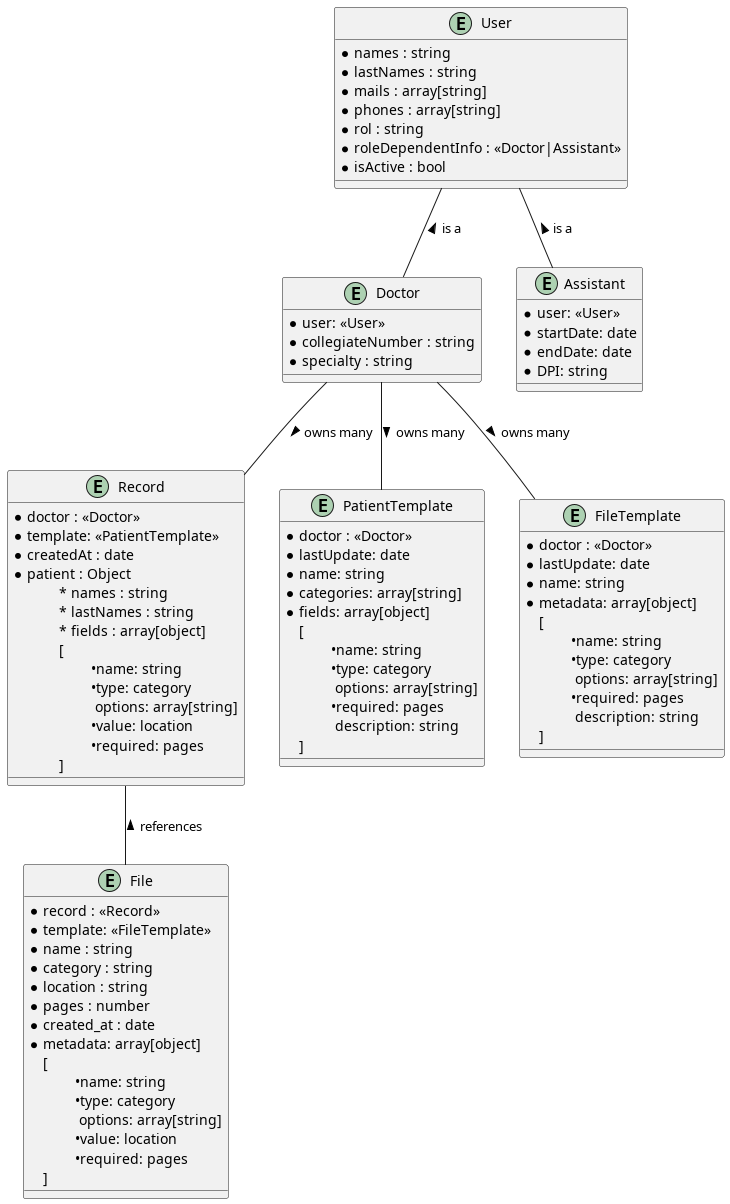
Before: Diagram/DB_Diagram.png, a diagram exported from PlantUML (TherapistTrack/TherapistTrack-DB).
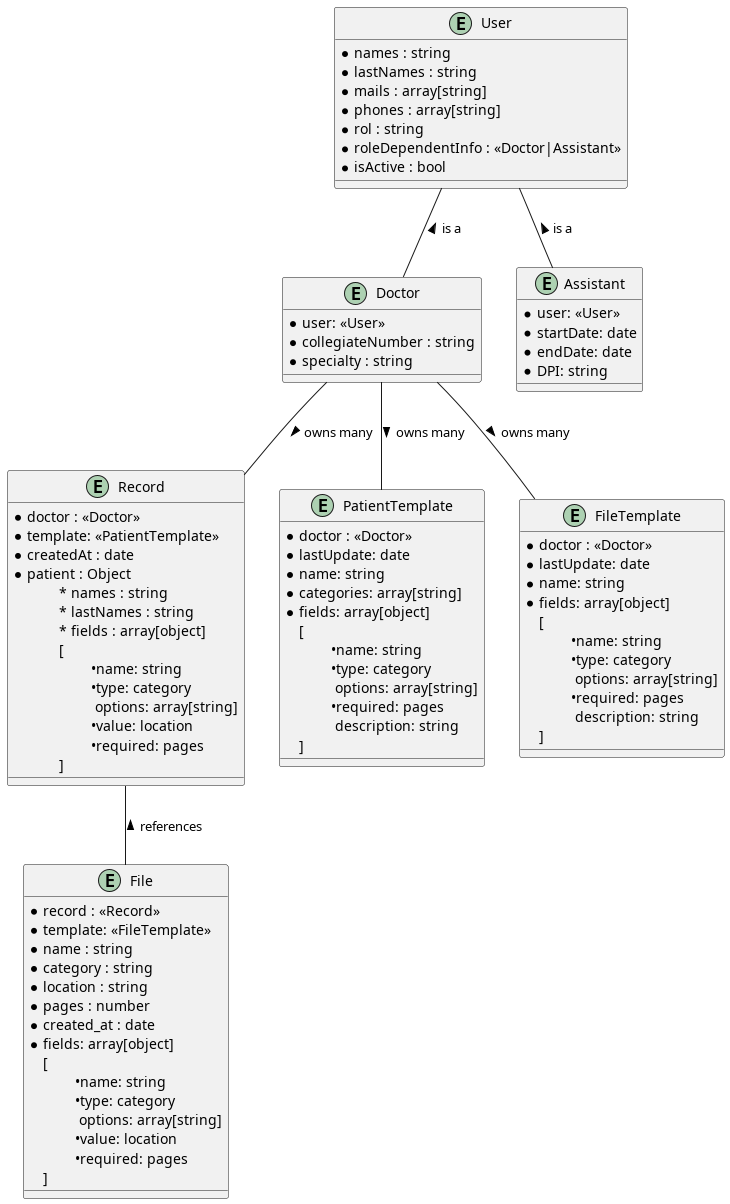
Above is the later version.

Commit message:
feat: rename metada field to 'fields' in fileTemplate and file.

What changed in the source:
```diff
@@ -60,7 +60,7 @@
     * doctor : <<Doctor>>
     * lastUpdate: date
     * name: string
-    * metadata: array[object]
+    * fields: array[object]
     [
         \t•name: string
         \t•type: category
@@ -78,7 +78,7 @@
     * location : string
     * pages : number
     * created_at : date
-    * metadata: array[object]
+    * fields: array[object]
     [
         \t•name: string
         \t•type: category
```
